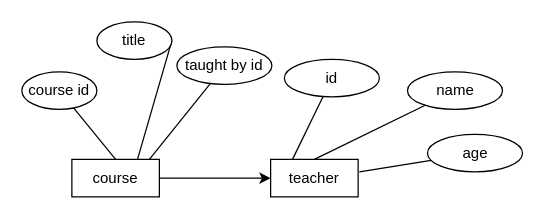
This is hw2_part2A.drawio from jamessu1201/Database_System, a draw.io file, before an edit. Source tidied: cells renumbered, new cells numbered last; positions are measured from the earlier drawing's top-left corner, leaving out a move shared by most shapes. Both pictures are drawn from the tidied source at 125%, with x=0, y=0 at pixel (21, 21).
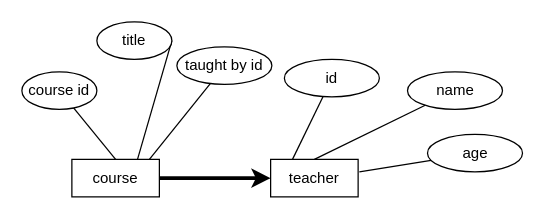
The same page after the edit.

Change to the diagram source:
```diff
@@
 <mxGraphModel>
   <root>
     <mxCell id="0" />
     <mxCell id="1" parent="0" />
-    <mxCell id="2" style="edgeStyle=orthogonalEdgeStyle;rounded=0;jettySize=auto;html=1;entryX=0;entryY=0.5;entryDx=0;entryDy=0;" parent="1" edge="1" source="3" target="4">
+    <mxCell id="2" style="edgeStyle=orthogonalEdgeStyle;rounded=0;jettySize=auto;html=1;entryX=0;entryY=0.5;entryDx=0;entryDy=0;strokeWidth=3;" parent="1" edge="1" source="3" target="4">
       <mxGeometry relative="1" as="geometry" />
     </mxCell>
     <mxCell id="3" value="course" style="rounded=0;whiteSpace=wrap;html=1;" parent="1" vertex="1">
       <mxGeometry x="40" y="110" width="70" height="30" as="geometry" />
     </mxCell>
     <mxCell id="4" value="teacher" style="rounded=0;whiteSpace=wrap;html=1;" parent="1" vertex="1">
       <mxGeometry x="199" y="110" width="70" height="30" as="geometry" />
     </mxCell>
     <mxCell id="5" style="endArrow=none;html=1;rounded=0;exitX=0.5;exitY=0;exitDx=0;exitDy=0;" parent="1" edge="1" source="3" target="6">
       <mxGeometry relative="1" as="geometry" />
     </mxCell>
     <mxCell id="6" value="course id" style="ellipse;whiteSpace=wrap;html=1;" parent="1" vertex="1">
       <mxGeometry y="40" width="60" height="30" as="geometry" />
     </mxCell>
     <mxCell id="7" style="endArrow=none;html=1;rounded=0;exitX=0.75;exitY=0;exitDx=0;exitDy=0;entryX=1;entryY=0.5;entryDx=0;entryDy=0;" parent="1" edge="1" target="8">
       <mxGeometry relative="1" as="geometry">
         <mxPoint x="92.5" y="110" as="sourcePoint" />
       </mxGeometry>
     </mxCell>
     <mxCell id="8" value="title" style="ellipse;whiteSpace=wrap;html=1;" parent="1" vertex="1">
       <mxGeometry x="60" width="60" height="30" as="geometry" />
     </mxCell>
     <mxCell id="9" style="endArrow=none;html=1;rounded=0;exitX=0.886;exitY=0;exitDx=0;exitDy=0;exitPerimeter=0;" parent="1" edge="1" source="3" target="10">
       <mxGeometry relative="1" as="geometry" />
     </mxCell>
     <mxCell id="10" value="taught by id" style="ellipse;whiteSpace=wrap;html=1;" parent="1" vertex="1">
       <mxGeometry x="124" y="20" width="76" height="30" as="geometry" />
     </mxCell>
     <mxCell id="11" style="endArrow=none;html=1;rounded=0;exitX=0.25;exitY=0;exitDx=0;exitDy=0;" parent="1" edge="1" source="4" target="12">
       <mxGeometry relative="1" as="geometry" />
     </mxCell>
     <mxCell id="12" value="id" style="ellipse;whiteSpace=wrap;html=1;" parent="1" vertex="1">
       <mxGeometry x="210" y="30" width="76" height="30" as="geometry" />
     </mxCell>
     <mxCell id="13" style="endArrow=none;html=1;rounded=0;exitX=0.75;exitY=0;exitDx=0;exitDy=0;" parent="1" edge="1" target="14">
       <mxGeometry relative="1" as="geometry">
         <mxPoint x="234" y="110" as="sourcePoint" />
       </mxGeometry>
     </mxCell>
     <mxCell id="14" value="name" style="ellipse;whiteSpace=wrap;html=1;" parent="1" vertex="1">
       <mxGeometry x="308.5" y="40" width="76" height="30" as="geometry" />
     </mxCell>
     <mxCell id="15" style="endArrow=none;html=1;rounded=0;" parent="1" edge="1" target="16">
       <mxGeometry relative="1" as="geometry">
         <mxPoint x="270" y="120" as="sourcePoint" />
       </mxGeometry>
     </mxCell>
     <mxCell id="16" value="age" style="ellipse;whiteSpace=wrap;html=1;" parent="1" vertex="1">
       <mxGeometry x="324.5" y="90" width="76" height="30" as="geometry" />
     </mxCell>
   </root>
 </mxGraphModel>
```
